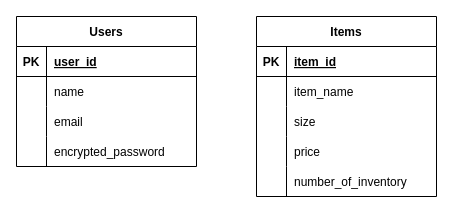
Before: try_on.dio in ryohei8/try_on, a draw.io diagram. Source tidied: cells renumbered, new cells numbered last; positions are measured from the earlier drawing's top-left corner, leaving out a move shared by most shapes. Both pictures are drawn from the tidied source at 100%, with x=0, y=0 at pixel (16, 16).
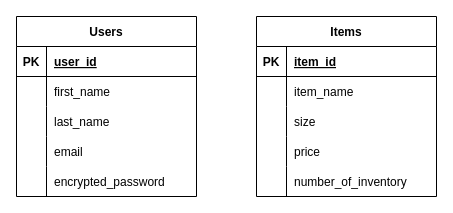
After the change.

The change refers to these unchanged cells:
```xml
<mxCell id="6" style="shape=tableRow;horizontal=0;startSize=0;swimlaneHead=0;swimlaneBody=0;fillColor=none;top=0;left=0;right=0;bottom=0;" parent="2" vertex="1">
  <mxGeometry y="60" width="180" height="30" as="geometry" />
</mxCell>
```

What changed in the source:
```diff
@@
     <mxCell id="2" value="Users" style="shape=table;startSize=30;childLayout=tableLayout;rowLines=0;fontStyle=1;align=center;" parent="1" vertex="1">
-      <mxGeometry width="180" height="150" as="geometry" />
+      <mxGeometry width="180" height="180" as="geometry" />
     </mxCell>
@@
-    <mxCell id="8" value="name" style="shape=partialRectangle;fillColor=none;top=0;left=0;bottom=0;right=0;align=left;spacingLeft=6;overflow=hidden;" parent="6" vertex="1">
+    <mxCell id="8" value="first_name" style="shape=partialRectangle;fillColor=none;top=0;left=0;bottom=0;right=0;align=left;spacingLeft=6;overflow=hidden;" parent="6" vertex="1">
       <mxGeometry x="30" width="150" height="30" as="geometry" />
     </mxCell>
+    <mxCell id="31" style="shape=tableRow;horizontal=0;startSize=0;swimlaneHead=0;swimlaneBody=0;fillColor=none;top=0;left=0;right=0;bottom=0;" parent="2" vertex="1">
+      <mxGeometry y="90" width="180" height="30" as="geometry" />
+    </mxCell>
+    <mxCell id="32" style="shape=partialRectangle;fillColor=none;top=0;left=0;bottom=0;right=0;overflow=hidden;" parent="31" vertex="1">
+      <mxGeometry width="30" height="30" as="geometry" />
+    </mxCell>
+    <mxCell id="33" value="last_name" style="shape=partialRectangle;fillColor=none;top=0;left=0;bottom=0;right=0;align=left;spacingLeft=6;overflow=hidden;" parent="31" vertex="1">
+      <mxGeometry x="30" width="150" height="30" as="geometry" />
+    </mxCell>
     <mxCell id="9" style="shape=tableRow;horizontal=0;startSize=0;swimlaneHead=0;swimlaneBody=0;fillColor=none;top=0;left=0;right=0;bottom=0;" parent="2" vertex="1">
-      <mxGeometry y="90" width="180" height="30" as="geometry" />
+      <mxGeometry y="120" width="180" height="30" as="geometry" />
     </mxCell>
@@
     <mxCell id="12" style="shape=tableRow;horizontal=0;startSize=0;swimlaneHead=0;swimlaneBody=0;fillColor=none;top=0;left=0;right=0;bottom=0;" parent="2" vertex="1">
-      <mxGeometry y="120" width="180" height="30" as="geometry" />
+      <mxGeometry y="150" width="180" height="30" as="geometry" />
     </mxCell>
```
